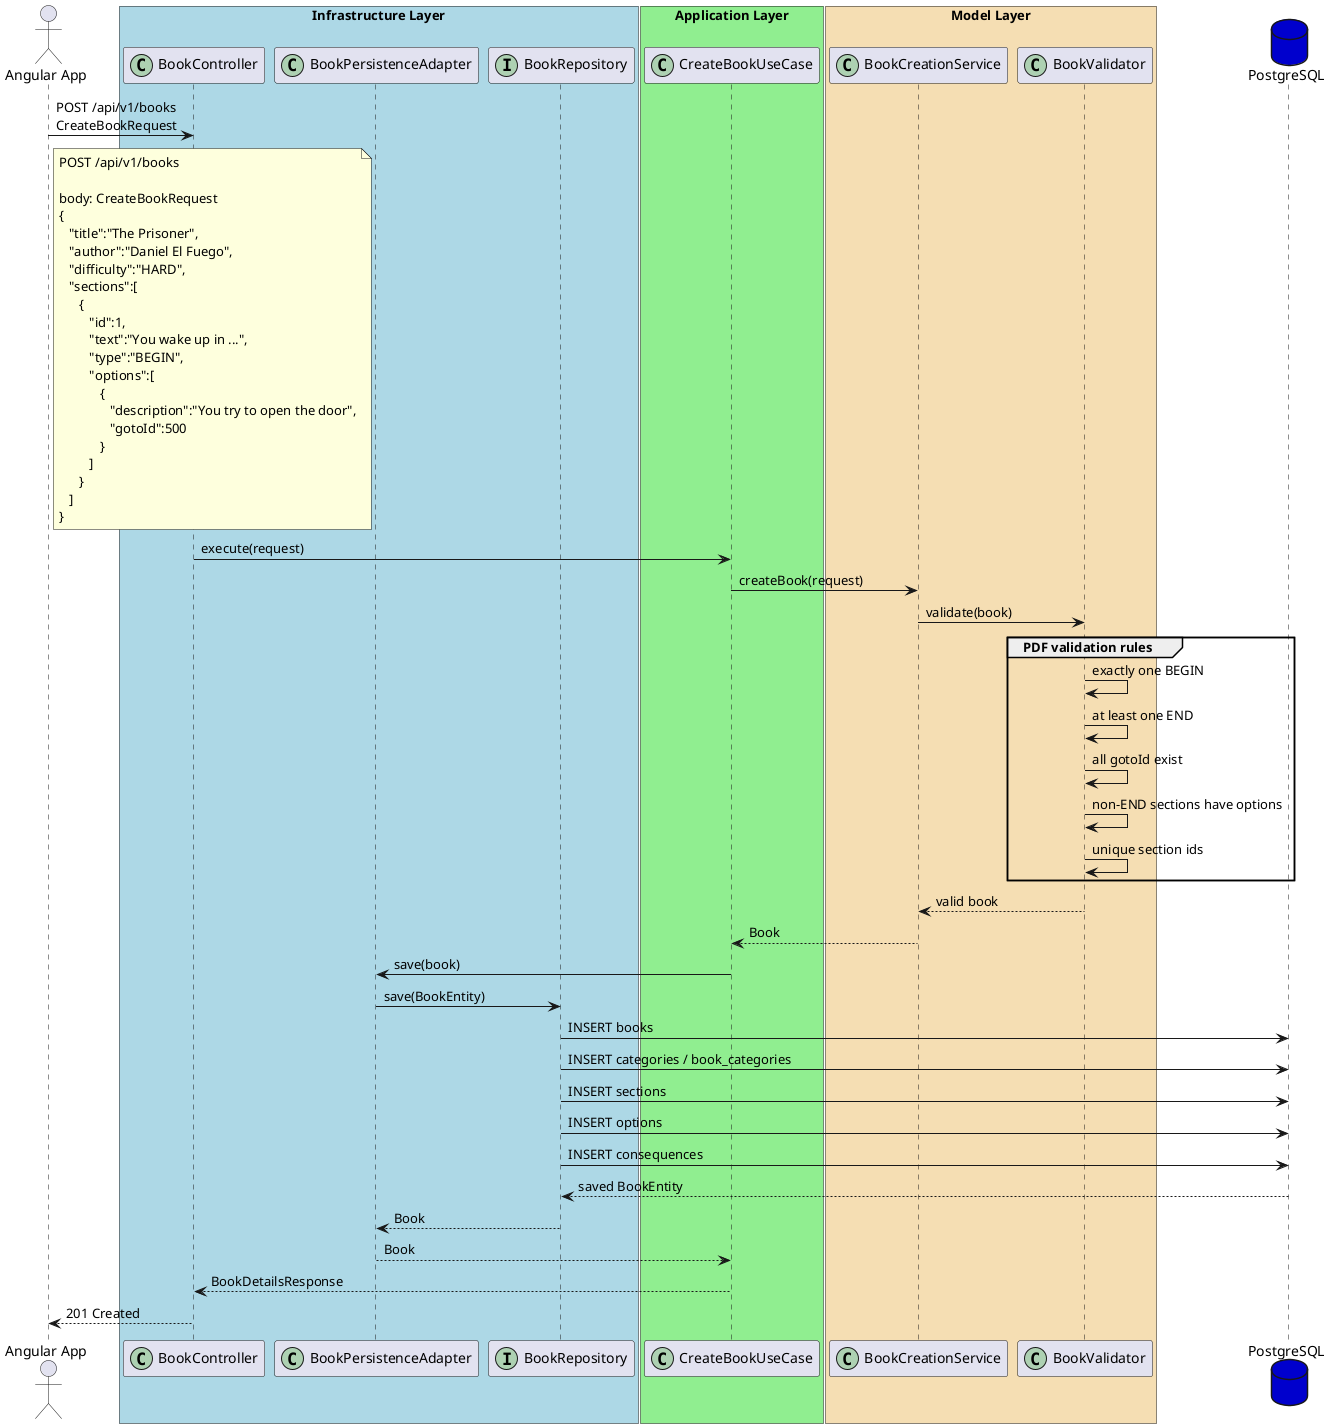
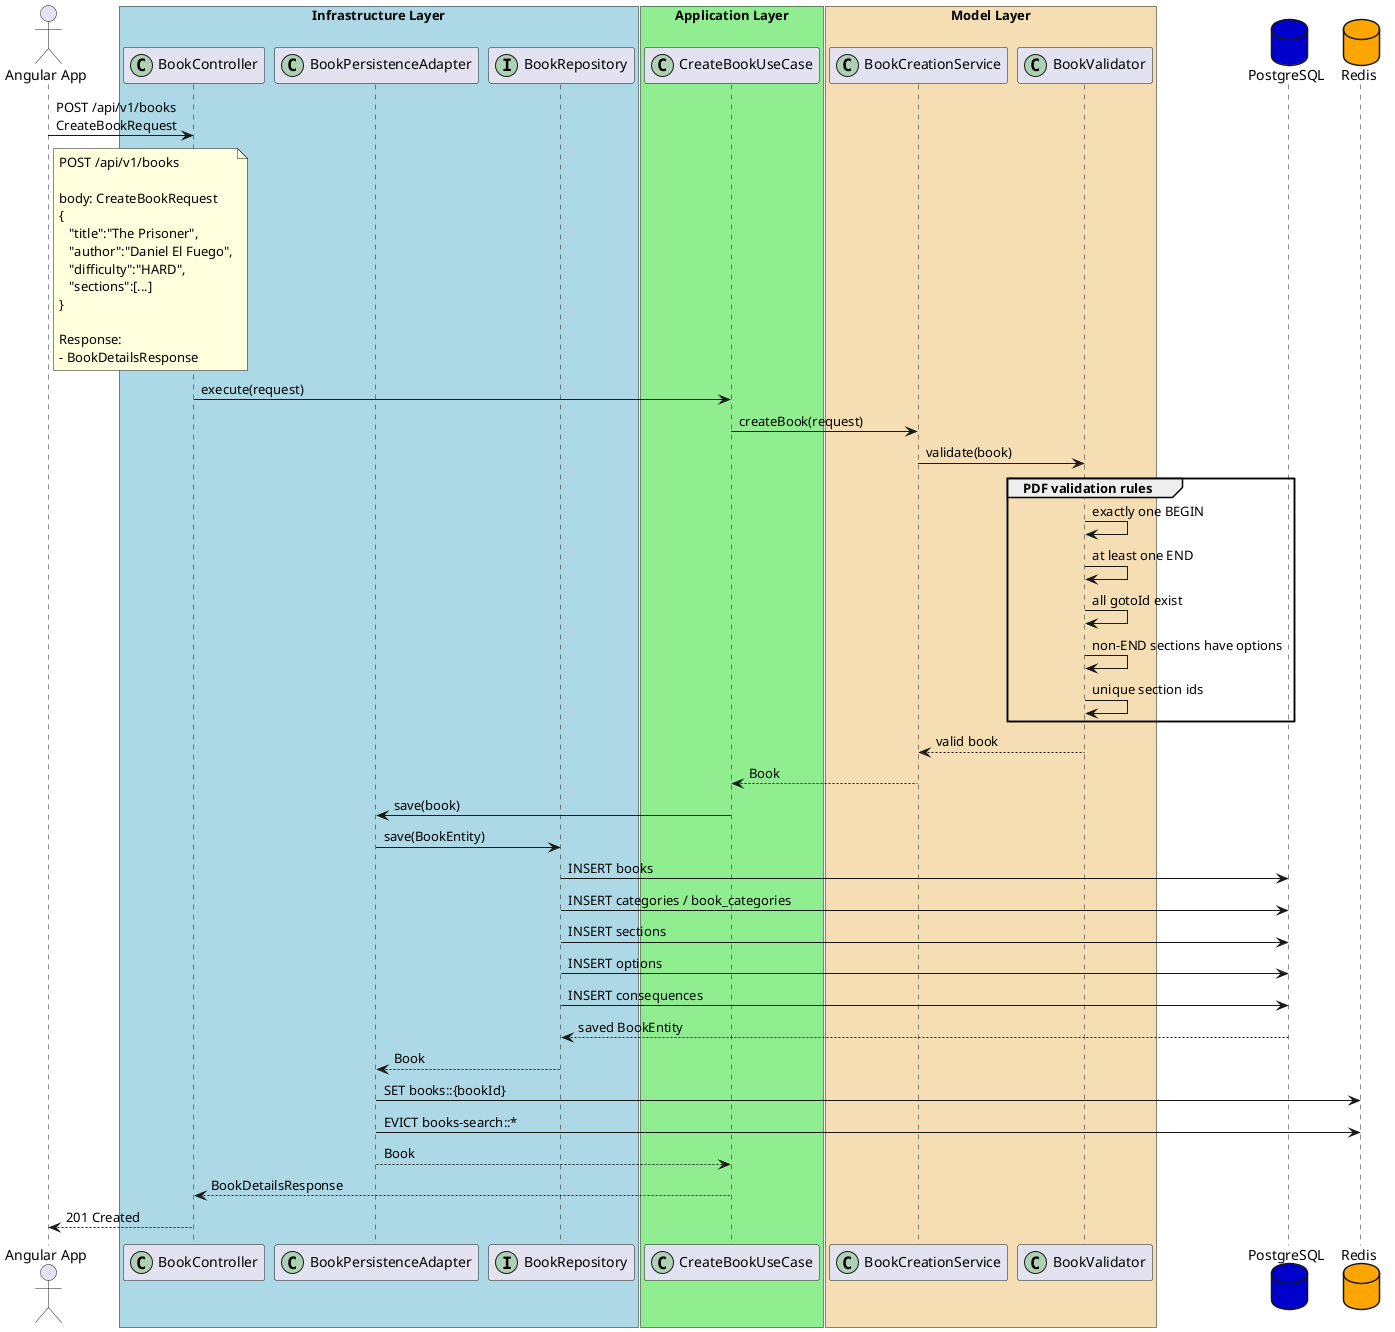
@startuml
actor user as "Angular App"

box "Infrastructure Layer" #LightBlue
participant "BookController" as controller <<(C,#ADD1B2)>>
participant "BookPersistenceAdapter" as adapter <<(C,#ADD1B2)>>
participant "BookRepository" as repository <<(I,#ADD1B2)>>
end box

box "Application Layer" #LightGreen
participant "CreateBookUseCase" as usecase <<(C,#ADD1B2)>>
end box

box "Model Layer" #Wheat
participant "BookCreationService" as service <<(C,#ADD1B2)>>
participant "BookValidator" as validator <<(C,#ADD1B2)>>
end box

database "PostgreSQL" as db #MediumBlue
+ database "Redis" as redis #Orange

user -> controller : POST /api/v1/books\nCreateBookRequest

note right user
POST /api/v1/books

body: CreateBookRequest
{
   "title":"The Prisoner",
   "author":"Daniel El Fuego",
   "difficulty":"HARD",
-    "sections":[
-       {
-          "id":1,
-          "text":"You wake up in ...",
-          "type":"BEGIN",
-          "options":[
-             {
-                "description":"You try to open the door",
-                "gotoId":500
-             }
-          ]
-       }
-    ]
+    "sections":[...]
}
+ 
+ Response:
+ - BookDetailsResponse
end note

controller -> usecase : execute(request)

usecase -> service : createBook(request)
service -> validator : validate(book)

group PDF validation rules
    validator -> validator : exactly one BEGIN
    validator -> validator : at least one END
    validator -> validator : all gotoId exist
    validator -> validator : non-END sections have options
    validator -> validator : unique section ids
end

validator --> service : valid book
service --> usecase : Book

usecase -> adapter : save(book)

adapter -> repository : save(BookEntity)
repository -> db : INSERT books
repository -> db : INSERT categories / book_categories
repository -> db : INSERT sections
repository -> db : INSERT options
repository -> db : INSERT consequences
db --> repository : saved BookEntity

repository --> adapter : Book
+ 
+ adapter -> redis : SET books::{bookId}
+ adapter -> redis : EVICT books-search::*
+ 
adapter --> usecase : Book
usecase --> controller : BookDetailsResponse

controller --> user : 201 Created

@enduml